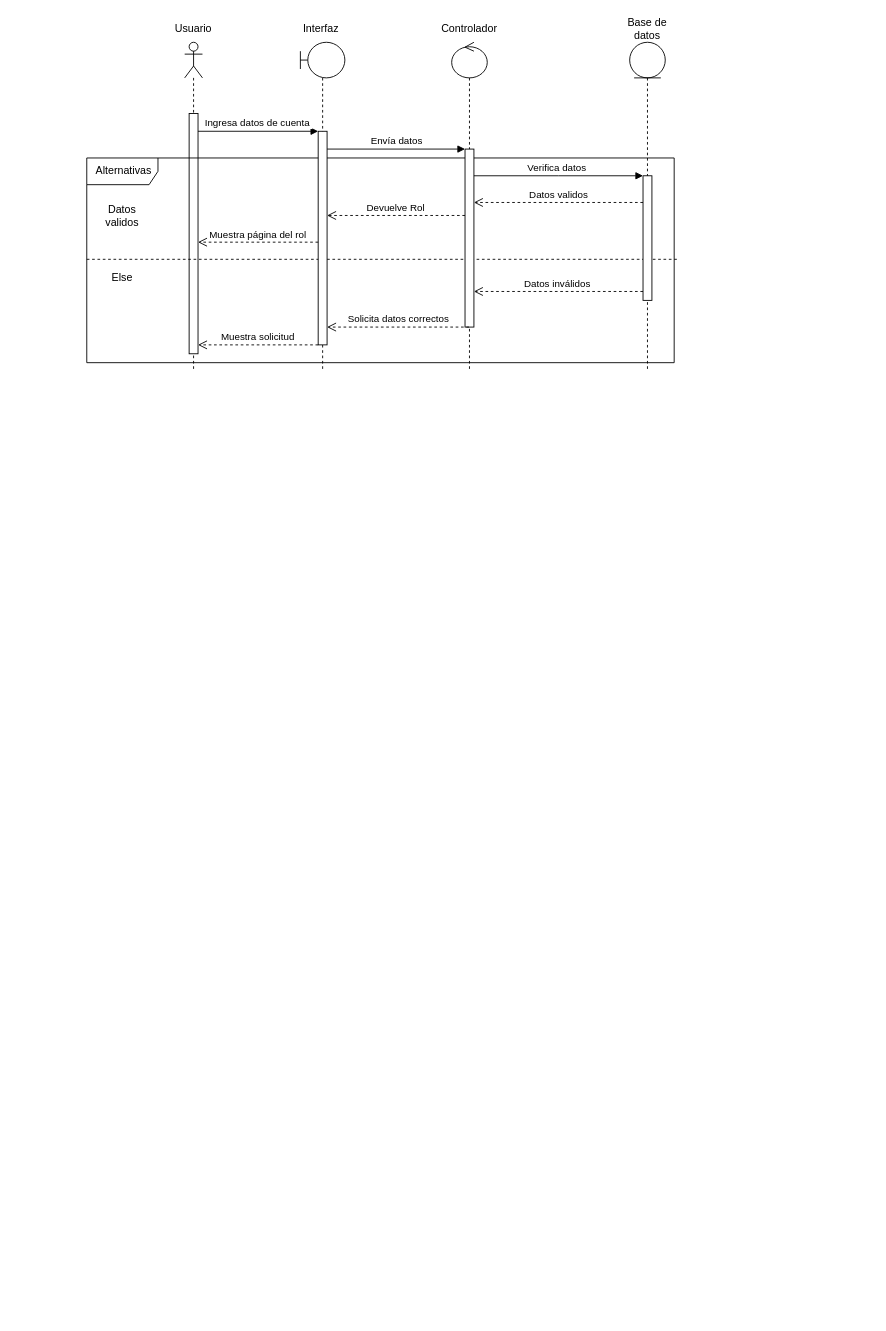
Above: Diagrama sin título.drawio in Mata-Zano/distribuidora_MYL (draw.io), before the change. Source tidied: cells renumbered, new cells numbered last; positions are measured from the earlier drawing's top-left corner, leaving out a move shared by most shapes. Both pictures are drawn from the tidied source at 89%, with x=0, y=0 at pixel (86, 15).
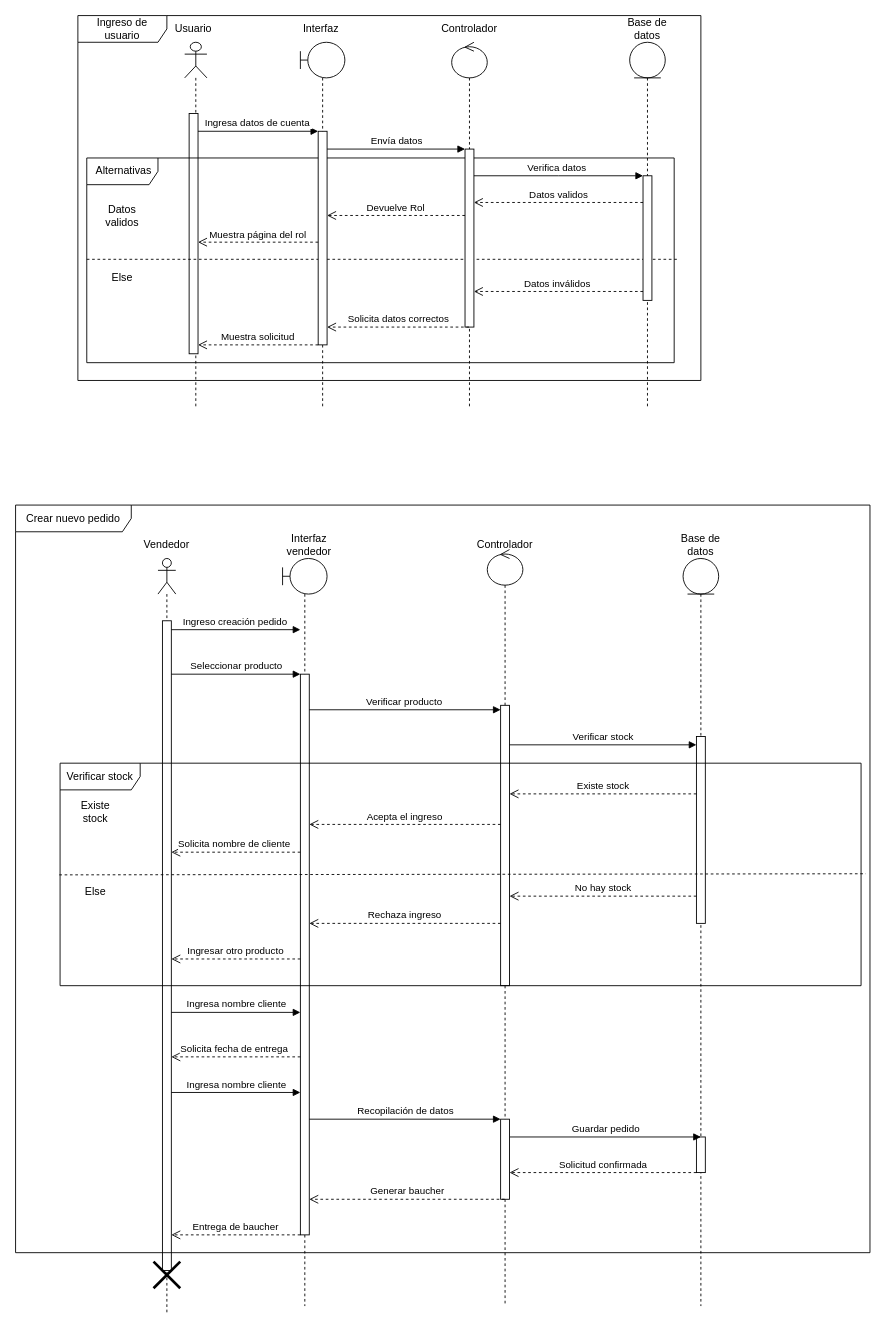
The same page after the edit.

Commit message:
Actualizar Diagrama  venta secuencia

The edit, as a diff of the source:
```diff
@@
     <mxCell id="2" style="shape=umlLifeline;perimeter=lifelinePerimeter;whiteSpace=wrap;html=1;newEdgeStyle={&quot;edgeStyle&quot;:&quot;elbowEdgeStyle&quot;,&quot;elbow&quot;:&quot;vertical&quot;,&quot;curved&quot;:0,&quot;rounded&quot;:0};participant=umlActor;" parent="1" vertex="1">
-      <mxGeometry x="110" y="30" width="20" height="370" as="geometry" />
+      <mxGeometry x="110" y="30" width="25" height="410" as="geometry" />
     </mxCell>
@@
     <mxCell id="10" style="shape=umlLifeline;perimeter=lifelinePerimeter;whiteSpace=wrap;html=1;newEdgeStyle={&quot;curved&quot;:0,&quot;rounded&quot;:0};participant=umlBoundary;" parent="1" vertex="1">
-      <mxGeometry x="240" y="30" width="50" height="370" as="geometry" />
+      <mxGeometry x="240" y="30" width="50" height="410" as="geometry" />
     </mxCell>
@@
     <mxCell id="13" style="shape=umlLifeline;perimeter=lifelinePerimeter;whiteSpace=wrap;html=1;newEdgeStyle={&quot;curved&quot;:0,&quot;rounded&quot;:0};participant=umlControl;" parent="1" vertex="1">
-      <mxGeometry x="410" y="30" width="40" height="370" as="geometry" />
+      <mxGeometry x="410" y="30" width="40" height="410" as="geometry" />
     </mxCell>
@@
     <mxCell id="16" style="shape=umlLifeline;perimeter=lifelinePerimeter;whiteSpace=wrap;html=1;newEdgeStyle={&quot;curved&quot;:0,&quot;rounded&quot;:0};participant=umlEntity;" parent="1" vertex="1">
-      <mxGeometry x="610" y="30" width="40" height="370" as="geometry" />
+      <mxGeometry x="610" y="30" width="40" height="410" as="geometry" />
     </mxCell>
@@
+    <mxCell id="27" style="shape=umlLifeline;perimeter=lifelinePerimeter;whiteSpace=wrap;html=1;newEdgeStyle={&quot;curved&quot;:0,&quot;rounded&quot;:0};participant=umlActor;" parent="1" vertex="1">
+      <mxGeometry x="80" y="610" width="20" height="850" as="geometry" />
+    </mxCell>
+    <mxCell id="28" style="html=1;points=[[0,0,0,0,5],[0,1,0,0,-5],[1,0,0,0,5],[1,1,0,0,-5]];perimeter=orthogonalPerimeter;outlineConnect=0;targetShapes=umlLifeline;portConstraint=eastwest;newEdgeStyle={&quot;curved&quot;:0,&quot;rounded&quot;:0};" parent="27" vertex="1">
+      <mxGeometry x="5" y="70" width="10" height="730" as="geometry" />
+    </mxCell>
+    <mxCell id="29" value="Vendedor" style="text;html=1;strokeColor=none;fillColor=none;align=center;verticalAlign=middle;whiteSpace=wrap;rounded=0;" parent="1" vertex="1">
+      <mxGeometry x="60" y="580" width="60" height="30" as="geometry" />
+    </mxCell>
+    <mxCell id="30" style="shape=umlLifeline;perimeter=lifelinePerimeter;whiteSpace=wrap;html=1;newEdgeStyle={&quot;curved&quot;:0,&quot;rounded&quot;:0};participant=umlBoundary;" parent="1" vertex="1">
+      <mxGeometry x="220" y="610" width="50" height="840" as="geometry" />
+    </mxCell>
+    <mxCell id="31" style="html=1;points=[[0,0,0,0,5],[0,1,0,0,-5],[1,0,0,0,5],[1,1,0,0,-5]];perimeter=orthogonalPerimeter;outlineConnect=0;targetShapes=umlLifeline;portConstraint=eastwest;newEdgeStyle={&quot;curved&quot;:0,&quot;rounded&quot;:0};" parent="30" vertex="1">
+      <mxGeometry x="20" y="130" width="10" height="630" as="geometry" />
+    </mxCell>
+    <mxCell id="32" value="Interfaz vendedor" style="text;html=1;strokeColor=none;fillColor=none;align=center;verticalAlign=middle;whiteSpace=wrap;rounded=0;" parent="1" vertex="1">
+      <mxGeometry x="220" y="580" width="60" height="30" as="geometry" />
+    </mxCell>
+    <mxCell id="33" value="Crear nuevo pedido" style="shape=umlFrame;whiteSpace=wrap;html=1;width=130;height=30;" parent="1" vertex="1">
+      <mxGeometry x="-80" y="550" width="960" height="840" as="geometry" />
+    </mxCell>
+    <mxCell id="34" style="shape=umlLifeline;perimeter=lifelinePerimeter;whiteSpace=wrap;html=1;newEdgeStyle={&quot;curved&quot;:0,&quot;rounded&quot;:0};participant=umlEntity;" parent="1" vertex="1">
+      <mxGeometry x="670" y="610" width="40" height="840" as="geometry" />
+    </mxCell>
+    <mxCell id="35" style="html=1;points=[[0,0,0,0,5],[0,1,0,0,-5],[1,0,0,0,5],[1,1,0,0,-5]];perimeter=orthogonalPerimeter;outlineConnect=0;targetShapes=umlLifeline;portConstraint=eastwest;newEdgeStyle={&quot;curved&quot;:0,&quot;rounded&quot;:0};" parent="34" vertex="1">
+      <mxGeometry x="15" y="200" width="10" height="210" as="geometry" />
+    </mxCell>
+    <mxCell id="36" style="html=1;perimeter=orthogonalPerimeter;targetShapes=umlLifeline;newEdgeStyle={&quot;curved&quot;:0,&quot;rounded&quot;:0};" parent="34" vertex="1">
+      <mxGeometry x="15" y="650" width="10" height="40" as="geometry" />
+    </mxCell>
+    <mxCell id="37" value="Base de datos" style="text;html=1;strokeColor=none;fillColor=none;align=center;verticalAlign=middle;whiteSpace=wrap;rounded=0;" parent="1" vertex="1">
+      <mxGeometry x="660" y="580" width="60" height="30" as="geometry" />
+    </mxCell>
+    <mxCell id="38" value="Controlador" style="text;html=1;strokeColor=none;fillColor=none;align=center;verticalAlign=middle;whiteSpace=wrap;rounded=0;" parent="1" vertex="1">
+      <mxGeometry x="440" y="580" width="60" height="30" as="geometry" />
+    </mxCell>
+    <mxCell id="39" style="shape=umlLifeline;perimeter=lifelinePerimeter;whiteSpace=wrap;html=1;newEdgeStyle={&quot;curved&quot;:0,&quot;rounded&quot;:0};participant=umlControl;" parent="1" vertex="1">
+      <mxGeometry x="450" y="600" width="40" height="850" as="geometry" />
+    </mxCell>
+    <mxCell id="40" style="html=1;points=[[0,0,0,0,5],[0,1,0,0,-5],[1,0,0,0,5],[1,1,0,0,-5]];perimeter=orthogonalPerimeter;outlineConnect=0;targetShapes=umlLifeline;portConstraint=eastwest;newEdgeStyle={&quot;curved&quot;:0,&quot;rounded&quot;:0};" parent="39" vertex="1">
+      <mxGeometry x="15" y="175" width="10" height="315" as="geometry" />
+    </mxCell>
+    <mxCell id="41" style="html=1;points=[[0,0,0,0,5],[0,1,0,0,-5],[1,0,0,0,5],[1,1,0,0,-5]];perimeter=orthogonalPerimeter;outlineConnect=0;targetShapes=umlLifeline;portConstraint=eastwest;newEdgeStyle={&quot;curved&quot;:0,&quot;rounded&quot;:0};" parent="39" vertex="1">
+      <mxGeometry x="15" y="640" width="10" height="90" as="geometry" />
+    </mxCell>
+    <mxCell id="42" value="Ingreso de usuario" style="shape=umlFrame;whiteSpace=wrap;html=1;width=100;height=30;" parent="1" vertex="1">
+      <mxGeometry x="-10" width="700" height="410" as="geometry" />
+    </mxCell>
+    <mxCell id="43" value="Ingreso creación pedido&amp;nbsp;" style="html=1;verticalAlign=bottom;endArrow=block;curved=0;rounded=0;" parent="1" edge="1">
+      <mxGeometry relative="1" as="geometry">
+        <mxPoint x="95" y="690" as="sourcePoint" />
+        <mxPoint x="240" y="690" as="targetPoint" />
+      </mxGeometry>
+    </mxCell>
+    <mxCell id="44" value="Seleccionar producto" style="html=1;verticalAlign=bottom;endArrow=block;curved=0;rounded=0;" parent="1" edge="1">
+      <mxGeometry relative="1" as="geometry">
+        <mxPoint x="95" y="740" as="sourcePoint" />
+        <mxPoint x="240" y="740" as="targetPoint" />
+      </mxGeometry>
+    </mxCell>
+    <mxCell id="45" value="Verificar producto&amp;nbsp;" style="html=1;verticalAlign=bottom;endArrow=block;curved=0;rounded=0;" parent="1" edge="1">
+      <mxGeometry relative="1" as="geometry">
+        <mxPoint x="250" y="780" as="sourcePoint" />
+        <mxPoint x="465" y="780" as="targetPoint" />
+      </mxGeometry>
+    </mxCell>
+    <mxCell id="46" value="Verificar stock" style="html=1;verticalAlign=bottom;endArrow=block;curved=0;rounded=0;" parent="1" edge="1" target="35">
+      <mxGeometry relative="1" as="geometry">
+        <mxPoint x="475" y="819.4" as="sourcePoint" />
+      </mxGeometry>
+    </mxCell>
+    <mxCell id="47" value="Verificar stock" style="shape=umlFrame;whiteSpace=wrap;html=1;width=90;height=30;" parent="1" vertex="1">
+      <mxGeometry x="-30" y="840" width="900" height="250" as="geometry" />
+    </mxCell>
+    <mxCell id="48" style="endArrow=none;dashed=1;html=1;rounded=0;exitX=-0.001;exitY=0.502;exitDx=0;exitDy=0;exitPerimeter=0;entryX=1.006;entryY=0.497;entryDx=0;entryDy=0;entryPerimeter=0;" parent="1" edge="1" source="47" target="47">
+      <mxGeometry relative="1" as="geometry" />
+    </mxCell>
+    <mxCell id="49" value="Existe stock" style="text;html=1;strokeColor=none;fillColor=none;align=center;verticalAlign=middle;whiteSpace=wrap;rounded=0;" parent="1" vertex="1">
+      <mxGeometry x="-20" y="880" width="60" height="30" as="geometry" />
+    </mxCell>
+    <mxCell id="50" value="Else" style="text;html=1;strokeColor=none;fillColor=none;align=center;verticalAlign=middle;whiteSpace=wrap;rounded=0;" parent="1" vertex="1">
+      <mxGeometry x="-20" y="970" width="60" height="30" as="geometry" />
+    </mxCell>
+    <mxCell id="51" value="No hay stock" style="html=1;verticalAlign=bottom;endArrow=open;dashed=1;endSize=8;curved=0;rounded=0;" parent="1" edge="1" target="40">
+      <mxGeometry relative="1" as="geometry">
+        <mxPoint x="685" y="989.4" as="sourcePoint" />
+      </mxGeometry>
+    </mxCell>
+    <mxCell id="52" value="Existe stock" style="html=1;verticalAlign=bottom;endArrow=open;dashed=1;endSize=8;curved=0;rounded=0;" parent="1" edge="1">
+      <mxGeometry relative="1" as="geometry">
+        <mxPoint x="685" y="874.5" as="sourcePoint" />
+        <mxPoint x="475" y="874.5" as="targetPoint" />
+      </mxGeometry>
+    </mxCell>
+    <mxCell id="53" value="Acepta el ingreso" style="html=1;verticalAlign=bottom;endArrow=open;dashed=1;endSize=8;curved=0;rounded=0;" parent="1" edge="1">
+      <mxGeometry relative="1" as="geometry">
+        <mxPoint x="465" y="908.8" as="sourcePoint" />
+        <mxPoint x="250" y="908.8" as="targetPoint" />
+        <Array as="points">
+          <mxPoint x="320" y="908.8" />
+        </Array>
+      </mxGeometry>
+    </mxCell>
+    <mxCell id="54" value="Solicita nombre de cliente&amp;nbsp;" style="html=1;verticalAlign=bottom;endArrow=open;dashed=1;endSize=8;curved=0;rounded=0;" parent="1" edge="1">
+      <mxGeometry relative="1" as="geometry">
+        <mxPoint x="240" y="940" as="sourcePoint" />
+        <mxPoint x="95" y="940" as="targetPoint" />
+      </mxGeometry>
+    </mxCell>
+    <mxCell id="55" value="Rechaza ingreso" style="html=1;verticalAlign=bottom;endArrow=open;dashed=1;endSize=8;curved=0;rounded=0;" parent="1" edge="1">
+      <mxGeometry relative="1" as="geometry">
+        <mxPoint x="465" y="1020" as="sourcePoint" />
+        <mxPoint x="250" y="1020" as="targetPoint" />
+      </mxGeometry>
+    </mxCell>
+    <mxCell id="56" value="Ingresar otro producto" style="html=1;verticalAlign=bottom;endArrow=open;dashed=1;endSize=8;curved=0;rounded=0;" parent="1" edge="1">
+      <mxGeometry relative="1" as="geometry">
+        <mxPoint x="240" y="1060" as="sourcePoint" />
+        <mxPoint x="95" y="1060" as="targetPoint" />
+      </mxGeometry>
+    </mxCell>
+    <mxCell id="57" value="Ingresa nombre cliente" style="html=1;verticalAlign=bottom;endArrow=block;curved=0;rounded=0;" parent="1" edge="1">
+      <mxGeometry relative="1" as="geometry">
+        <mxPoint x="95" y="1120" as="sourcePoint" />
+        <mxPoint x="240" y="1120" as="targetPoint" />
+      </mxGeometry>
+    </mxCell>
+    <mxCell id="58" value="Solicita fecha de entrega&amp;nbsp;" style="html=1;verticalAlign=bottom;endArrow=open;dashed=1;endSize=8;curved=0;rounded=0;exitX=0;exitY=0.737;exitDx=0;exitDy=0;exitPerimeter=0;" parent="1" edge="1">
+      <mxGeometry relative="1" as="geometry">
+        <mxPoint x="240" y="1170" as="sourcePoint" />
+        <mxPoint x="95" y="1170" as="targetPoint" />
+      </mxGeometry>
+    </mxCell>
+    <mxCell id="59" value="Ingresa nombre cliente" style="html=1;verticalAlign=bottom;endArrow=block;curved=0;rounded=0;" parent="1" edge="1">
+      <mxGeometry relative="1" as="geometry">
+        <mxPoint x="95" y="1210" as="sourcePoint" />
+        <mxPoint x="240" y="1210" as="targetPoint" />
+      </mxGeometry>
+    </mxCell>
+    <mxCell id="60" value="Recopilación de datos" style="html=1;verticalAlign=bottom;endArrow=block;curved=0;rounded=0;" parent="1" edge="1" source="31" target="41">
+      <mxGeometry relative="1" as="geometry" />
+    </mxCell>
+    <mxCell id="61" value="Guardar pedido" style="html=1;verticalAlign=bottom;endArrow=block;curved=0;rounded=0;" parent="1" edge="1">
+      <mxGeometry relative="1" as="geometry">
+        <mxPoint x="475.5" y="1260" as="sourcePoint" />
+        <mxPoint x="690" y="1260" as="targetPoint" />
+      </mxGeometry>
+    </mxCell>
+    <mxCell id="62" value="Solicitud confirmada" style="html=1;verticalAlign=bottom;endArrow=open;dashed=1;endSize=8;curved=0;rounded=0;" parent="1" edge="1">
+      <mxGeometry relative="1" as="geometry">
+        <mxPoint x="685" y="1300" as="sourcePoint" />
+        <mxPoint x="475" y="1300" as="targetPoint" />
+      </mxGeometry>
+    </mxCell>
+    <mxCell id="63" value="Generar baucher" style="html=1;verticalAlign=bottom;endArrow=open;dashed=1;endSize=8;curved=0;rounded=0;" parent="1" edge="1">
+      <mxGeometry relative="1" as="geometry">
+        <mxPoint x="469.5" y="1330" as="sourcePoint" />
+        <mxPoint x="250" y="1330" as="targetPoint" />
+      </mxGeometry>
+    </mxCell>
+    <mxCell id="64" value="Entrega de baucher" style="html=1;verticalAlign=bottom;endArrow=open;dashed=1;endSize=8;curved=0;rounded=0;" parent="1" edge="1" target="28">
+      <mxGeometry relative="1" as="geometry">
+        <mxPoint x="240" y="1370" as="sourcePoint" />
+      </mxGeometry>
+    </mxCell>
+    <mxCell id="65" style="shape=umlDestroy;whiteSpace=wrap;html=1;strokeWidth=3;targetShapes=umlLifeline;" parent="1" vertex="1">
+      <mxGeometry x="75" y="1400" width="30" height="30" as="geometry" />
+    </mxCell>
```
